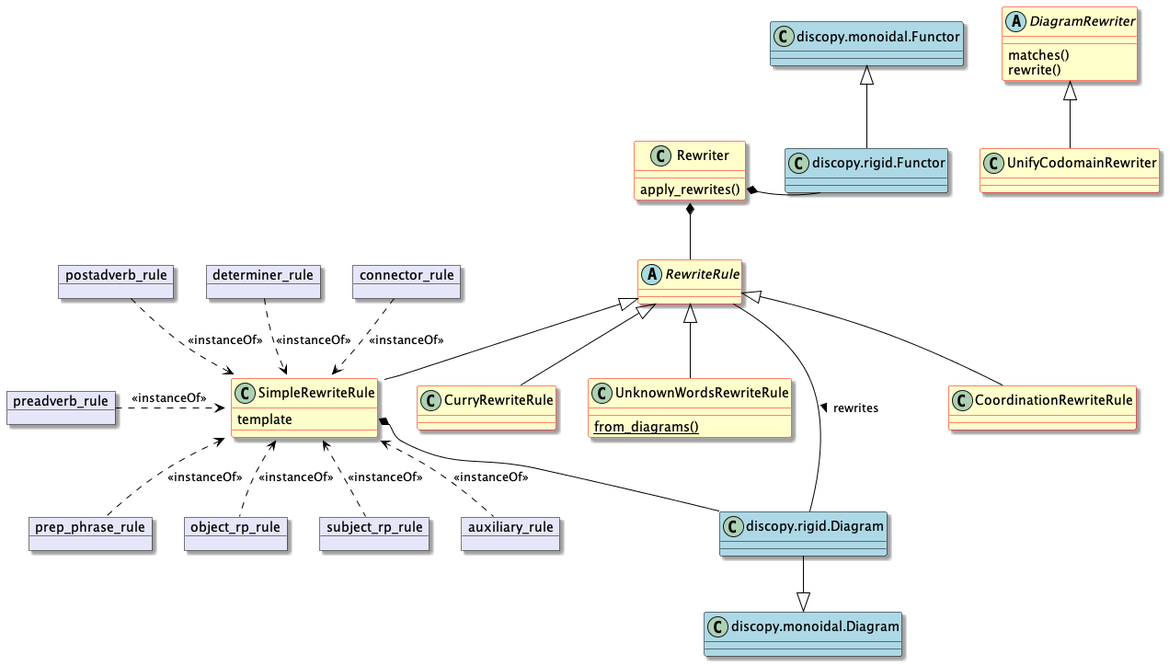
blakewilsonquantinuum/lambeq-public keeps this PlantUML diagram as docs/puml/img/rewrite.png. Above is the earlier version.
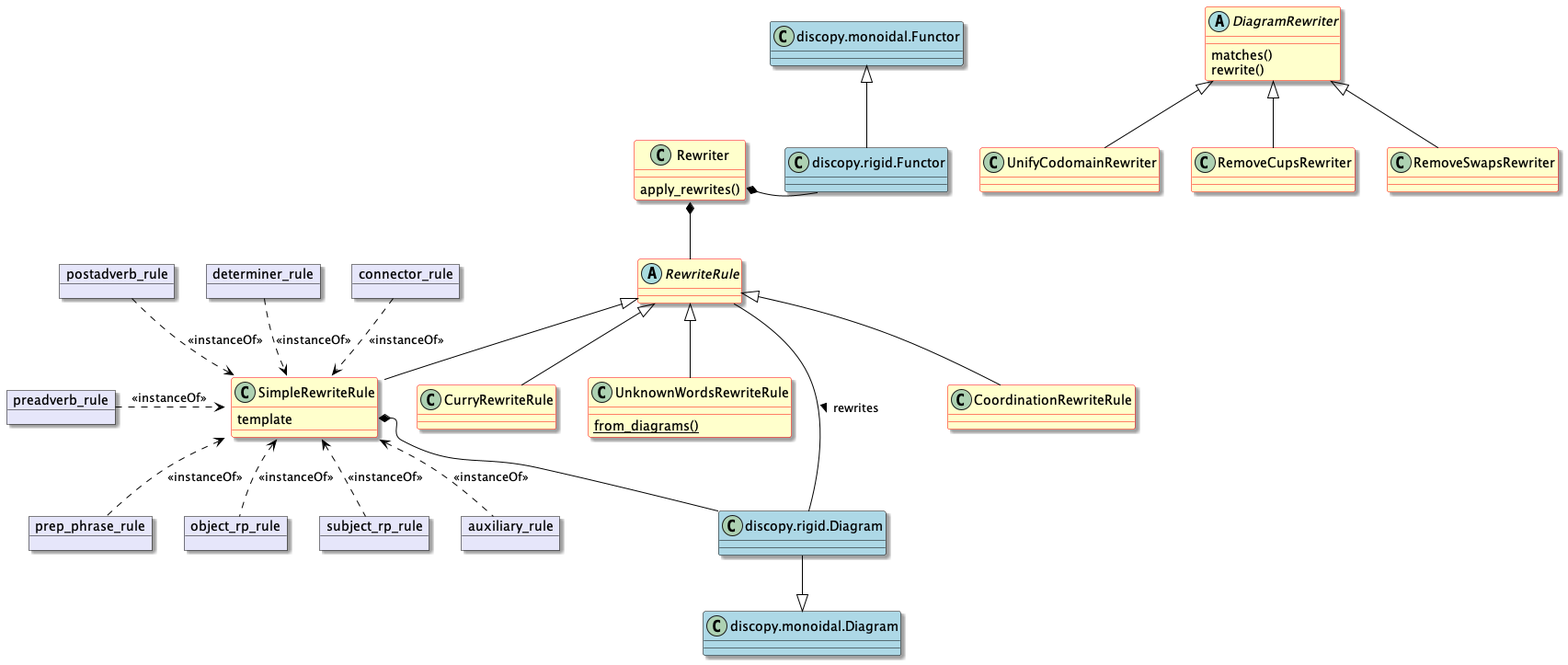
The same file after the commit.

Diff of the diagram source:
```diff
@@ -31,6 +31,8 @@
   rewrite()
 }
 class UnifyCodomainRewriter {}
+class RemoveCupsRewriter {}
+class RemoveSwapsRewriter {}
 
 class discopy.monoidal.Diagram #back:lightblue;line:black
 class discopy.rigid.Diagram #back:lightblue;line:black
@@ -52,6 +54,8 @@
 RewriteRule <|-- UnknownWordsRewriteRule
 
 DiagramRewriter <|-- UnifyCodomainRewriter
+DiagramRewriter <|-- RemoveCupsRewriter
+DiagramRewriter <|-- RemoveSwapsRewriter
 
 Rewriter *-d- RewriteRule
 SimpleRewriteRule::template *-- discopy.rigid.Diagram
```
